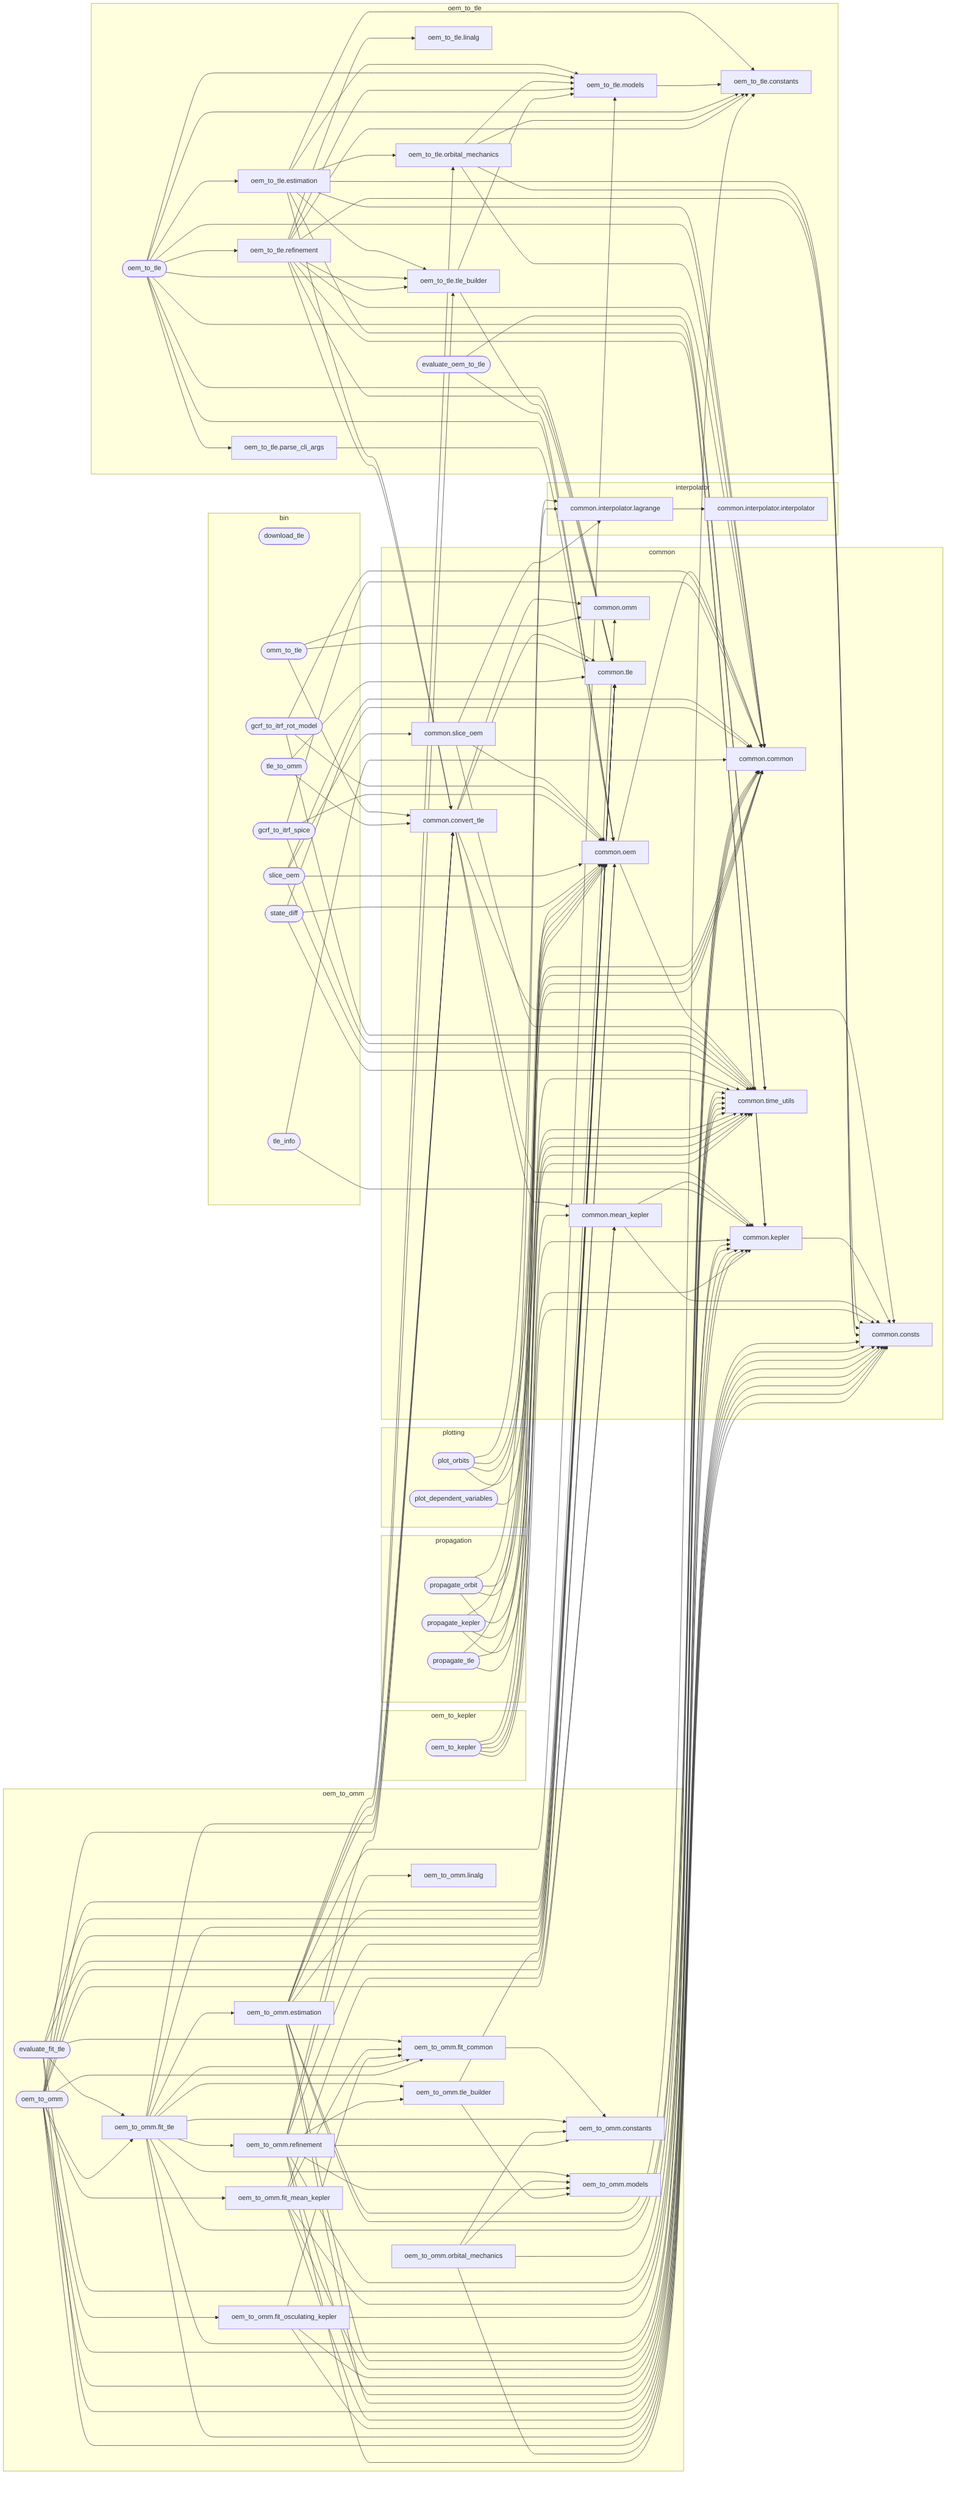
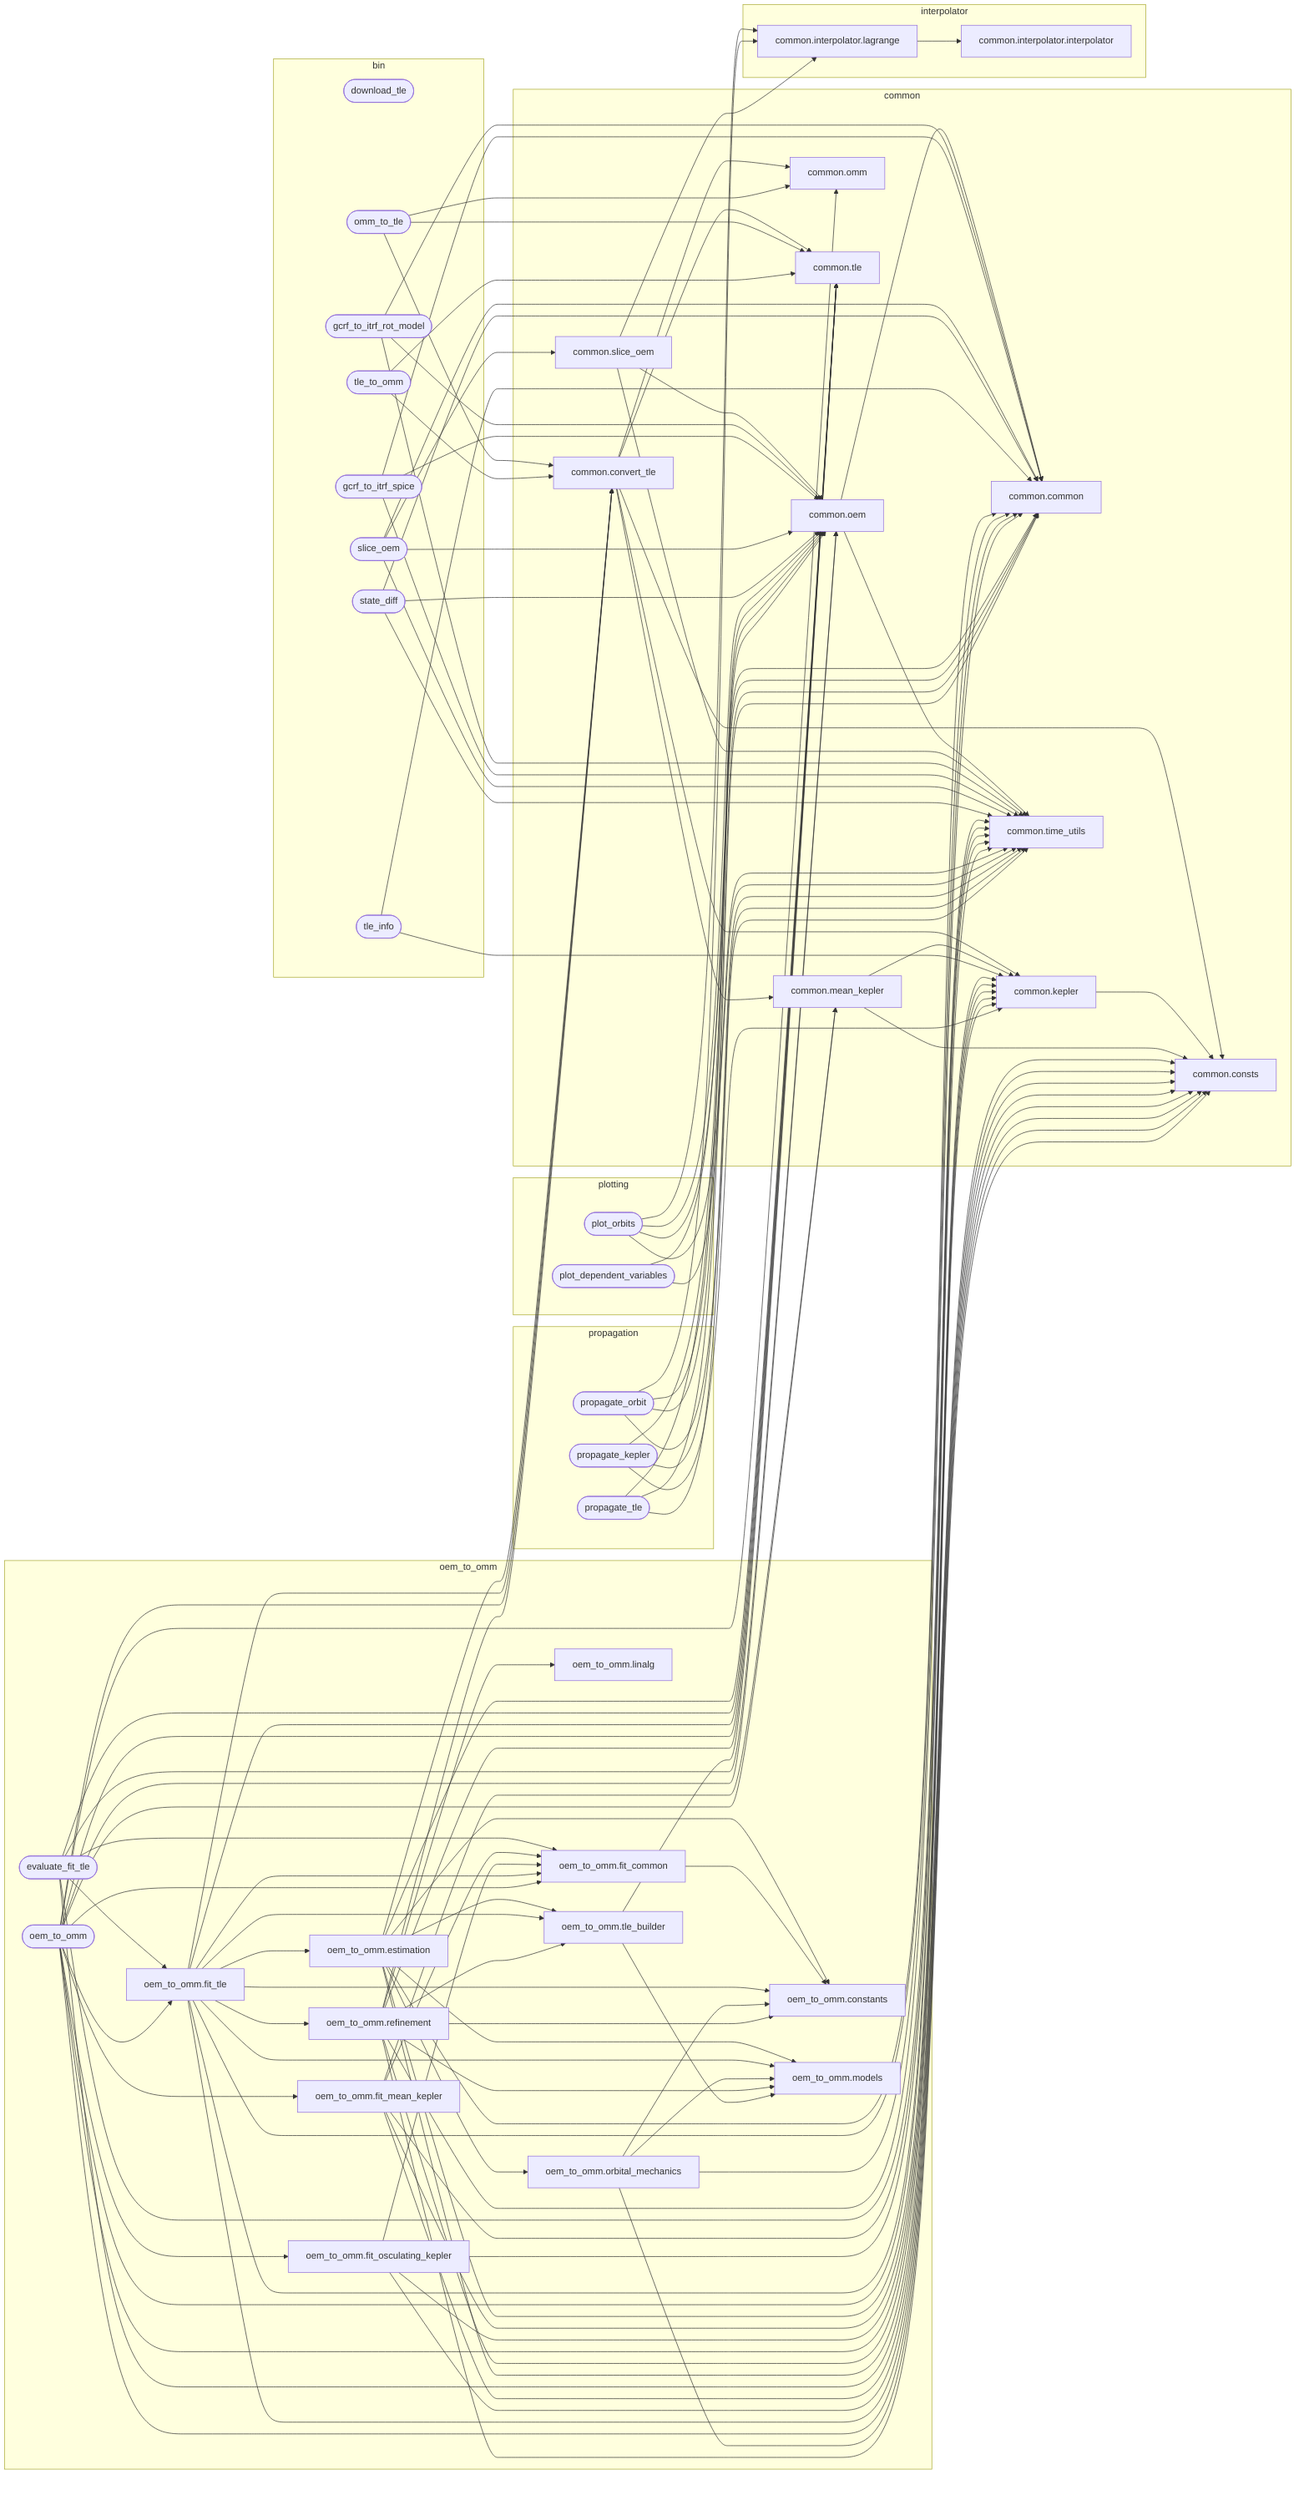
---
config:
  flowchart:
    curve: basis
---
graph LR

%% Internal Python module dependencies
%% Standalone scripts use stadium shape ([...])
%% Library modules use default rectangle shape [...]

    subgraph common
        mod_common_common[common.common]
        mod_common_consts[common.consts]
        mod_common_convert_tle[common.convert_tle]
        mod_common_kepler[common.kepler]
        mod_common_mean_kepler[common.mean_kepler]
        mod_common_oem[common.oem]
        mod_common_omm[common.omm]
        mod_common_slice_oem[common.slice_oem]
        mod_common_time_utils[common.time_utils]
        mod_common_tle[common.tle]
    end

    subgraph interpolator
        mod_interpolator_interpolator[common.interpolator.interpolator]
        mod_interpolator_lagrange[common.interpolator.lagrange]
    end

    subgraph bin
        mod_bin_download_tle([download_tle])
        mod_bin_gcrf_to_itrf_rot_model([gcrf_to_itrf_rot_model])
        mod_bin_gcrf_to_itrf_spice([gcrf_to_itrf_spice])
        mod_bin_omm_to_tle([omm_to_tle])
        mod_bin_slice_oem([slice_oem])
        mod_bin_state_diff([state_diff])
        mod_bin_tle_info([tle_info])
        mod_bin_tle_to_omm([tle_to_omm])
-     end
- 
-     subgraph oem_to_kepler
-         mod_oem_to_kepler([oem_to_kepler])
-     end
- 
-     subgraph oem_to_tle
-         mod_oem_to_tle_constants[oem_to_tle.constants]
-         mod_oem_to_tle_estimation[oem_to_tle.estimation]
-         mod_oem_to_tle_evaluate_oem_to_tle([evaluate_oem_to_tle])
-         mod_oem_to_tle_linalg[oem_to_tle.linalg]
-         mod_oem_to_tle_models[oem_to_tle.models]
-         mod_oem_to_tle_oem_to_tle([oem_to_tle])
-         mod_oem_to_tle_orbital_mechanics[oem_to_tle.orbital_mechanics]
-         mod_oem_to_tle_parse_cli_args[oem_to_tle.parse_cli_args]
-         mod_oem_to_tle_refinement[oem_to_tle.refinement]
-         mod_oem_to_tle_tle_builder[oem_to_tle.tle_builder]
    end

    subgraph oem_to_omm
        mod_oem_to_omm_constants[oem_to_omm.constants]
        mod_oem_to_omm_estimation[oem_to_omm.estimation]
        mod_oem_to_omm_evaluate_fit_tle([evaluate_fit_tle])
        mod_oem_to_omm_fit_common[oem_to_omm.fit_common]
        mod_oem_to_omm_fit_mean_kepler[oem_to_omm.fit_mean_kepler]
        mod_oem_to_omm_fit_osculating_kepler[oem_to_omm.fit_osculating_kepler]
        mod_oem_to_omm_fit_tle[oem_to_omm.fit_tle]
        mod_oem_to_omm_linalg[oem_to_omm.linalg]
        mod_oem_to_omm_models[oem_to_omm.models]
        mod_oem_to_omm_oem_to_omm([oem_to_omm])
        mod_oem_to_omm_orbital_mechanics[oem_to_omm.orbital_mechanics]
        mod_oem_to_omm_refinement[oem_to_omm.refinement]
        mod_oem_to_omm_tle_builder[oem_to_omm.tle_builder]
    end

    subgraph plotting
        mod_plotting_plot_dependent_variables([plot_dependent_variables])
        mod_plotting_plot_orbits([plot_orbits])
    end

    subgraph propagation
        mod_propagation_propagate_kepler([propagate_kepler])
        mod_propagation_propagate_orbit([propagate_orbit])
        mod_propagation_propagate_tle([propagate_tle])
    end

    %% ===== Common library internal edges =====
    mod_common_convert_tle --> mod_common_kepler
    mod_common_convert_tle --> mod_common_mean_kepler
    mod_common_convert_tle --> mod_common_omm
    mod_common_convert_tle --> mod_common_tle
    mod_common_convert_tle --> mod_common_consts
    mod_common_kepler --> mod_common_consts
    mod_common_mean_kepler --> mod_common_kepler
    mod_common_mean_kepler --> mod_common_consts
    mod_common_oem --> mod_common_common
    mod_common_oem --> mod_common_time_utils
    mod_common_slice_oem --> mod_common_oem
    mod_common_slice_oem --> mod_common_time_utils
    mod_common_slice_oem --> mod_interpolator_lagrange
    mod_interpolator_lagrange --> mod_interpolator_interpolator

    %% ===== bin/ script edges =====
    mod_bin_gcrf_to_itrf_rot_model --> mod_common_common
    mod_bin_gcrf_to_itrf_rot_model --> mod_common_oem
    mod_bin_gcrf_to_itrf_rot_model --> mod_common_time_utils
    mod_bin_gcrf_to_itrf_spice --> mod_common_common
    mod_bin_gcrf_to_itrf_spice --> mod_common_oem
    mod_bin_gcrf_to_itrf_spice --> mod_common_time_utils
    mod_bin_omm_to_tle --> mod_common_convert_tle
    mod_bin_omm_to_tle --> mod_common_omm
    mod_bin_omm_to_tle --> mod_common_tle
    mod_bin_slice_oem --> mod_common_common
    mod_bin_slice_oem --> mod_common_oem
    mod_bin_slice_oem --> mod_common_slice_oem
    mod_bin_slice_oem --> mod_common_time_utils
    mod_bin_state_diff --> mod_common_common
    mod_bin_state_diff --> mod_common_oem
    mod_bin_state_diff --> mod_common_time_utils
    mod_bin_tle_info --> mod_common_common
    mod_bin_tle_info --> mod_common_kepler
    mod_bin_tle_to_omm --> mod_common_convert_tle
    mod_bin_tle_to_omm --> mod_common_tle

-     %% ===== oem_to_kepler edges =====
-     mod_oem_to_kepler --> mod_common_consts
-     mod_oem_to_kepler --> mod_common_kepler
-     mod_oem_to_kepler --> mod_common_mean_kepler
-     mod_oem_to_kepler --> mod_common_oem
-     mod_oem_to_kepler --> mod_common_time_utils
- 
-     %% ===== oem_to_tle edges =====
-     mod_oem_to_tle_estimation --> mod_common_common
-     mod_oem_to_tle_estimation --> mod_common_consts
-     mod_oem_to_tle_estimation --> mod_common_convert_tle
-     mod_oem_to_tle_estimation --> mod_common_kepler
-     mod_oem_to_tle_estimation --> mod_oem_to_tle_constants
-     mod_oem_to_tle_estimation --> mod_oem_to_tle_models
-     mod_oem_to_tle_estimation --> mod_oem_to_tle_orbital_mechanics
-     mod_oem_to_tle_estimation --> mod_oem_to_tle_tle_builder
-     mod_oem_to_tle_evaluate_oem_to_tle --> mod_common_oem
-     mod_oem_to_tle_evaluate_oem_to_tle --> mod_common_time_utils
-     mod_oem_to_tle_models --> mod_oem_to_tle_constants
-     mod_oem_to_tle_oem_to_tle --> mod_common_common
-     mod_oem_to_tle_oem_to_tle --> mod_common_oem
-     mod_oem_to_tle_oem_to_tle --> mod_common_time_utils
-     mod_oem_to_tle_oem_to_tle --> mod_common_tle
-     mod_oem_to_tle_oem_to_tle --> mod_oem_to_tle_constants
-     mod_oem_to_tle_oem_to_tle --> mod_oem_to_tle_estimation
-     mod_oem_to_tle_oem_to_tle --> mod_oem_to_tle_models
-     mod_oem_to_tle_oem_to_tle --> mod_oem_to_tle_parse_cli_args
-     mod_oem_to_tle_oem_to_tle --> mod_oem_to_tle_refinement
-     mod_oem_to_tle_oem_to_tle --> mod_oem_to_tle_tle_builder
-     mod_oem_to_tle_orbital_mechanics --> mod_common_common
-     mod_oem_to_tle_orbital_mechanics --> mod_common_consts
-     mod_oem_to_tle_orbital_mechanics --> mod_oem_to_tle_constants
-     mod_oem_to_tle_orbital_mechanics --> mod_oem_to_tle_models
-     mod_oem_to_tle_parse_cli_args --> mod_common_oem
-     mod_oem_to_tle_refinement --> mod_common_common
-     mod_oem_to_tle_refinement --> mod_common_consts
-     mod_oem_to_tle_refinement --> mod_common_convert_tle
-     mod_oem_to_tle_refinement --> mod_common_kepler
-     mod_oem_to_tle_refinement --> mod_common_tle
-     mod_oem_to_tle_refinement --> mod_oem_to_tle_constants
-     mod_oem_to_tle_refinement --> mod_oem_to_tle_linalg
-     mod_oem_to_tle_refinement --> mod_oem_to_tle_models
-     mod_oem_to_tle_refinement --> mod_oem_to_tle_tle_builder
-     mod_oem_to_tle_tle_builder --> mod_common_tle
-     mod_oem_to_tle_tle_builder --> mod_oem_to_tle_models
- 
    %% ===== oem_to_omm edges =====
    mod_oem_to_omm_estimation --> mod_common_common
    mod_oem_to_omm_estimation --> mod_common_consts
    mod_oem_to_omm_estimation --> mod_common_convert_tle
    mod_oem_to_omm_estimation --> mod_common_kepler
    mod_oem_to_omm_estimation --> mod_common_tle
-     mod_oem_to_omm_estimation --> mod_oem_to_tle_constants
-     mod_oem_to_omm_estimation --> mod_oem_to_tle_models
-     mod_oem_to_omm_estimation --> mod_oem_to_tle_orbital_mechanics
-     mod_oem_to_omm_estimation --> mod_oem_to_tle_tle_builder
+     mod_oem_to_omm_estimation --> mod_oem_to_omm_constants
+     mod_oem_to_omm_estimation --> mod_oem_to_omm_models
+     mod_oem_to_omm_estimation --> mod_oem_to_omm_orbital_mechanics
+     mod_oem_to_omm_estimation --> mod_oem_to_omm_tle_builder
    mod_oem_to_omm_evaluate_fit_tle --> mod_common_consts
    mod_oem_to_omm_evaluate_fit_tle --> mod_common_oem
    mod_oem_to_omm_evaluate_fit_tle --> mod_common_time_utils
    mod_oem_to_omm_evaluate_fit_tle --> mod_common_tle
    mod_oem_to_omm_evaluate_fit_tle --> mod_oem_to_omm_fit_common
    mod_oem_to_omm_evaluate_fit_tle --> mod_oem_to_omm_fit_tle
    mod_oem_to_omm_fit_mean_kepler --> mod_common_consts
    mod_oem_to_omm_fit_mean_kepler --> mod_common_kepler
    mod_oem_to_omm_fit_mean_kepler --> mod_common_mean_kepler
    mod_oem_to_omm_fit_mean_kepler --> mod_common_time_utils
    mod_oem_to_omm_fit_mean_kepler --> mod_oem_to_omm_fit_common
    mod_oem_to_omm_fit_common --> mod_oem_to_omm_constants
    mod_oem_to_omm_fit_osculating_kepler --> mod_common_consts
    mod_oem_to_omm_fit_osculating_kepler --> mod_common_kepler
    mod_oem_to_omm_fit_osculating_kepler --> mod_common_time_utils
    mod_oem_to_omm_fit_osculating_kepler --> mod_oem_to_omm_fit_common
    mod_oem_to_omm_fit_tle --> mod_common_common
    mod_oem_to_omm_fit_tle --> mod_common_consts
    mod_oem_to_omm_fit_tle --> mod_common_time_utils
    mod_oem_to_omm_fit_tle --> mod_common_tle
    mod_oem_to_omm_fit_tle --> mod_common_convert_tle
    mod_oem_to_omm_fit_tle --> mod_oem_to_omm_fit_common
    mod_oem_to_omm_fit_tle --> mod_oem_to_omm_constants
    mod_oem_to_omm_fit_tle --> mod_oem_to_omm_estimation
    mod_oem_to_omm_fit_tle --> mod_oem_to_omm_models
    mod_oem_to_omm_fit_tle --> mod_oem_to_omm_refinement
    mod_oem_to_omm_fit_tle --> mod_oem_to_omm_tle_builder
    mod_oem_to_omm_oem_to_omm --> mod_common_consts
    mod_oem_to_omm_oem_to_omm --> mod_common_convert_tle
    mod_oem_to_omm_oem_to_omm --> mod_common_kepler
    mod_oem_to_omm_oem_to_omm --> mod_common_mean_kepler
    mod_oem_to_omm_oem_to_omm --> mod_common_oem
    mod_oem_to_omm_oem_to_omm --> mod_common_omm
    mod_oem_to_omm_oem_to_omm --> mod_common_time_utils
    mod_oem_to_omm_oem_to_omm --> mod_common_tle
    mod_oem_to_omm_oem_to_omm --> mod_oem_to_omm_fit_common
    mod_oem_to_omm_oem_to_omm --> mod_oem_to_omm_fit_mean_kepler
    mod_oem_to_omm_oem_to_omm --> mod_oem_to_omm_fit_osculating_kepler
    mod_oem_to_omm_oem_to_omm --> mod_oem_to_omm_fit_tle
    mod_oem_to_omm_orbital_mechanics --> mod_common_common
    mod_oem_to_omm_orbital_mechanics --> mod_common_consts
    mod_oem_to_omm_orbital_mechanics --> mod_oem_to_omm_constants
    mod_oem_to_omm_orbital_mechanics --> mod_oem_to_omm_models
    mod_oem_to_omm_refinement --> mod_common_common
    mod_oem_to_omm_refinement --> mod_common_convert_tle
    mod_oem_to_omm_refinement --> mod_common_kepler
    mod_oem_to_omm_refinement --> mod_common_tle
    mod_oem_to_omm_refinement --> mod_common_consts
    mod_oem_to_omm_refinement --> mod_oem_to_omm_constants
    mod_oem_to_omm_refinement --> mod_oem_to_omm_linalg
    mod_oem_to_omm_refinement --> mod_oem_to_omm_models
    mod_oem_to_omm_refinement --> mod_oem_to_omm_tle_builder
    mod_oem_to_omm_tle_builder --> mod_common_tle
    mod_oem_to_omm_tle_builder --> mod_oem_to_omm_models

    %% ===== plotting edges =====
    mod_plotting_plot_dependent_variables --> mod_common_common
    mod_plotting_plot_dependent_variables --> mod_common_time_utils
    mod_plotting_plot_orbits --> mod_common_common
    mod_plotting_plot_orbits --> mod_common_oem
    mod_plotting_plot_orbits --> mod_common_time_utils
    mod_plotting_plot_orbits --> mod_interpolator_lagrange

    %% ===== propagation edges =====
    mod_propagation_propagate_kepler --> mod_common_oem
    mod_propagation_propagate_kepler --> mod_common_kepler
    mod_propagation_propagate_kepler --> mod_common_time_utils
    mod_propagation_propagate_orbit --> mod_common_common
    mod_propagation_propagate_orbit --> mod_common_oem
    mod_propagation_propagate_orbit --> mod_common_time_utils
    mod_propagation_propagate_orbit --> mod_interpolator_lagrange
    mod_propagation_propagate_tle --> mod_common_common
    mod_propagation_propagate_tle --> mod_common_oem
    mod_propagation_propagate_tle --> mod_common_time_utils
